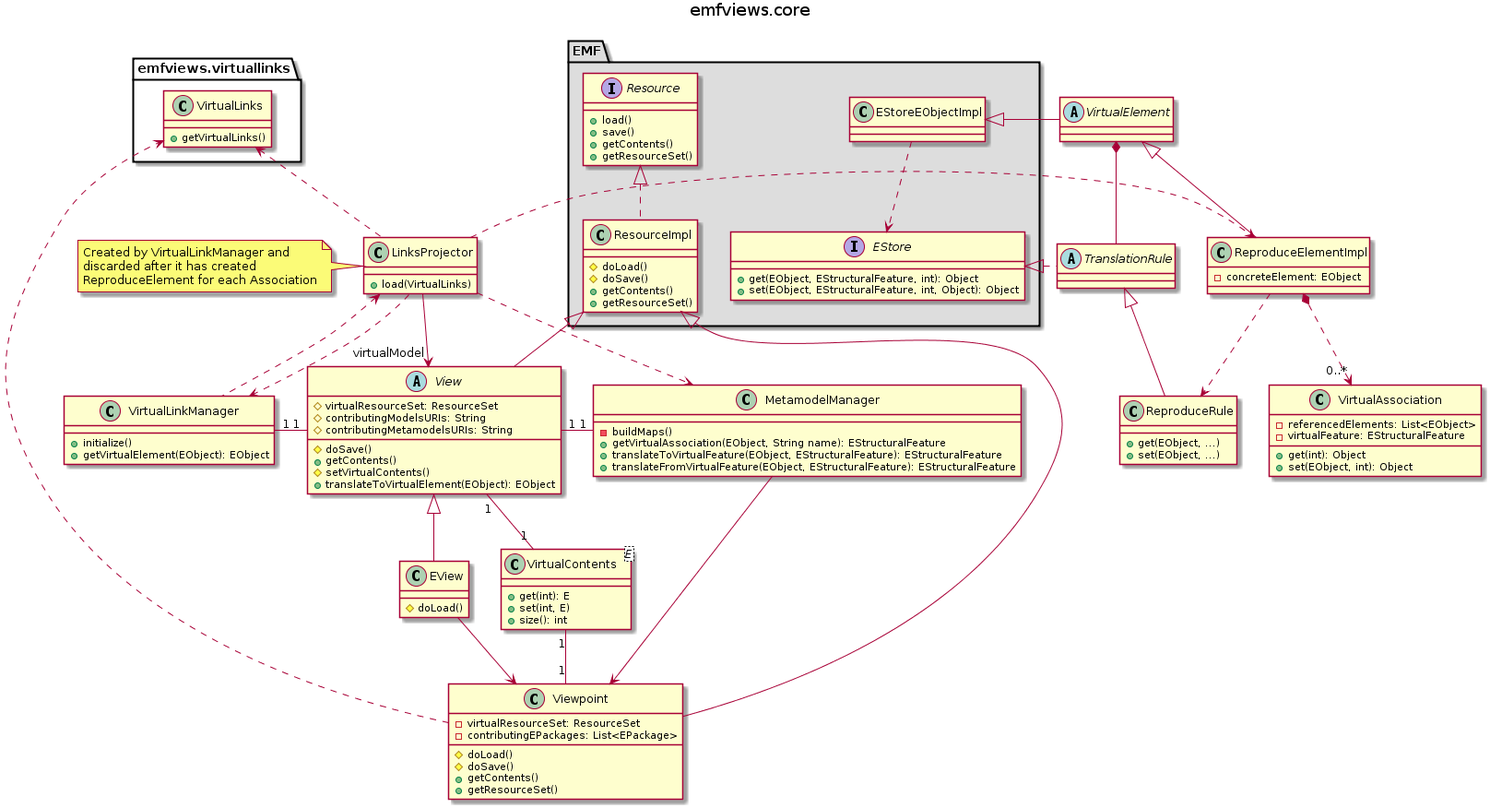
The PlantUML diagram doc/eview.png in fmdkdd/monoge, before a commit.
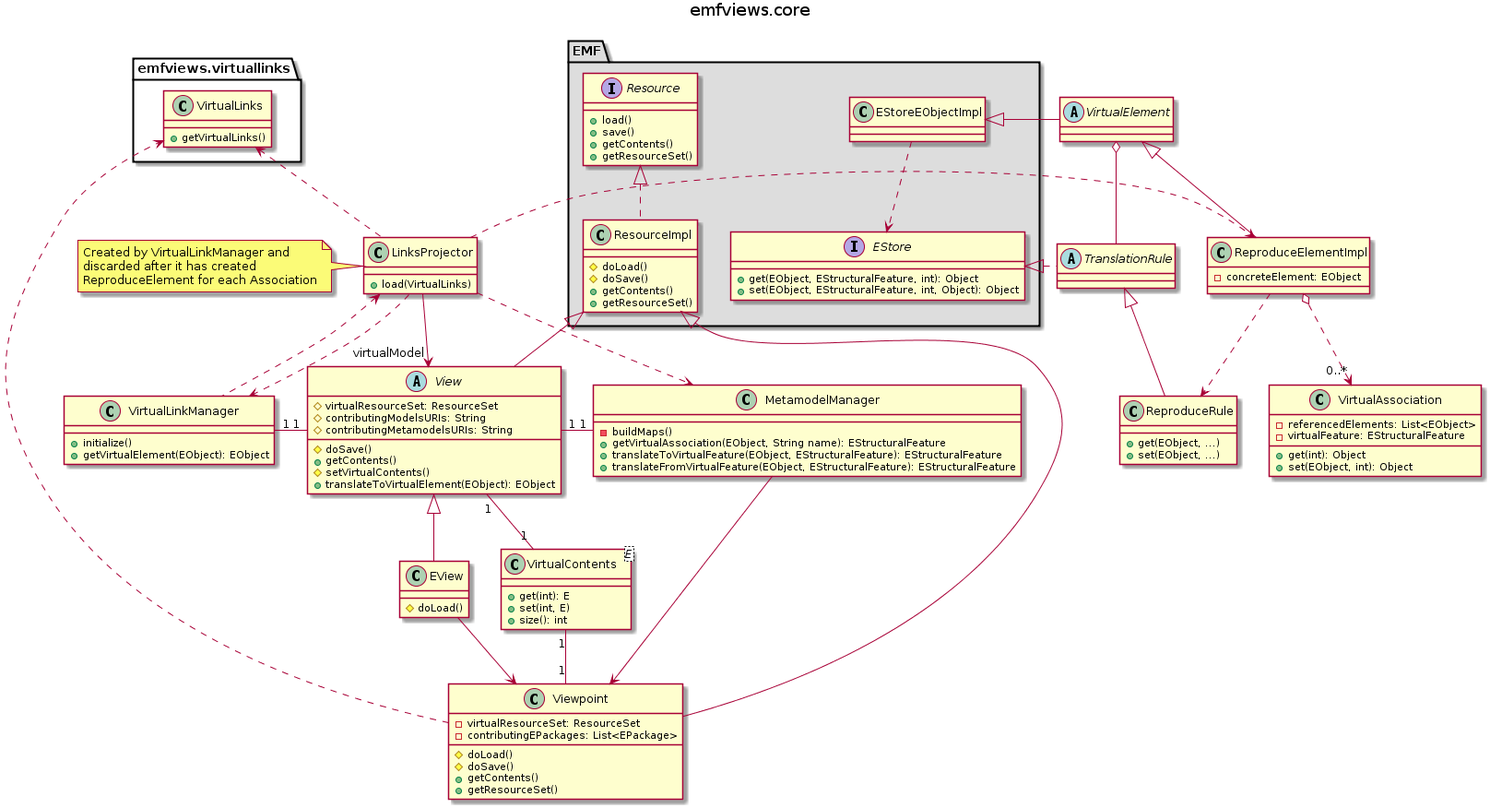
After the change.

Commit message:
Indent PlantUML source file

Thanks to plantuml-mode

Diff of the diagram source:
```diff
@@ -144,12 +144,12 @@
 
 VirtualElement -left|> EStoreEObjectImpl
 
-VirtualElement *-- TranslationRule
+VirtualElement o-- TranslationRule
 
 EStore <|. TranslationRule
 TranslationRule <|-- ReproduceRule
 
-ReproduceElementImpl *..> "0..*" VirtualAssociation
+ReproduceElementImpl o..> "0..*" VirtualAssociation
 ReproduceElementImpl ..> ReproduceRule
 
 @enduml
```
